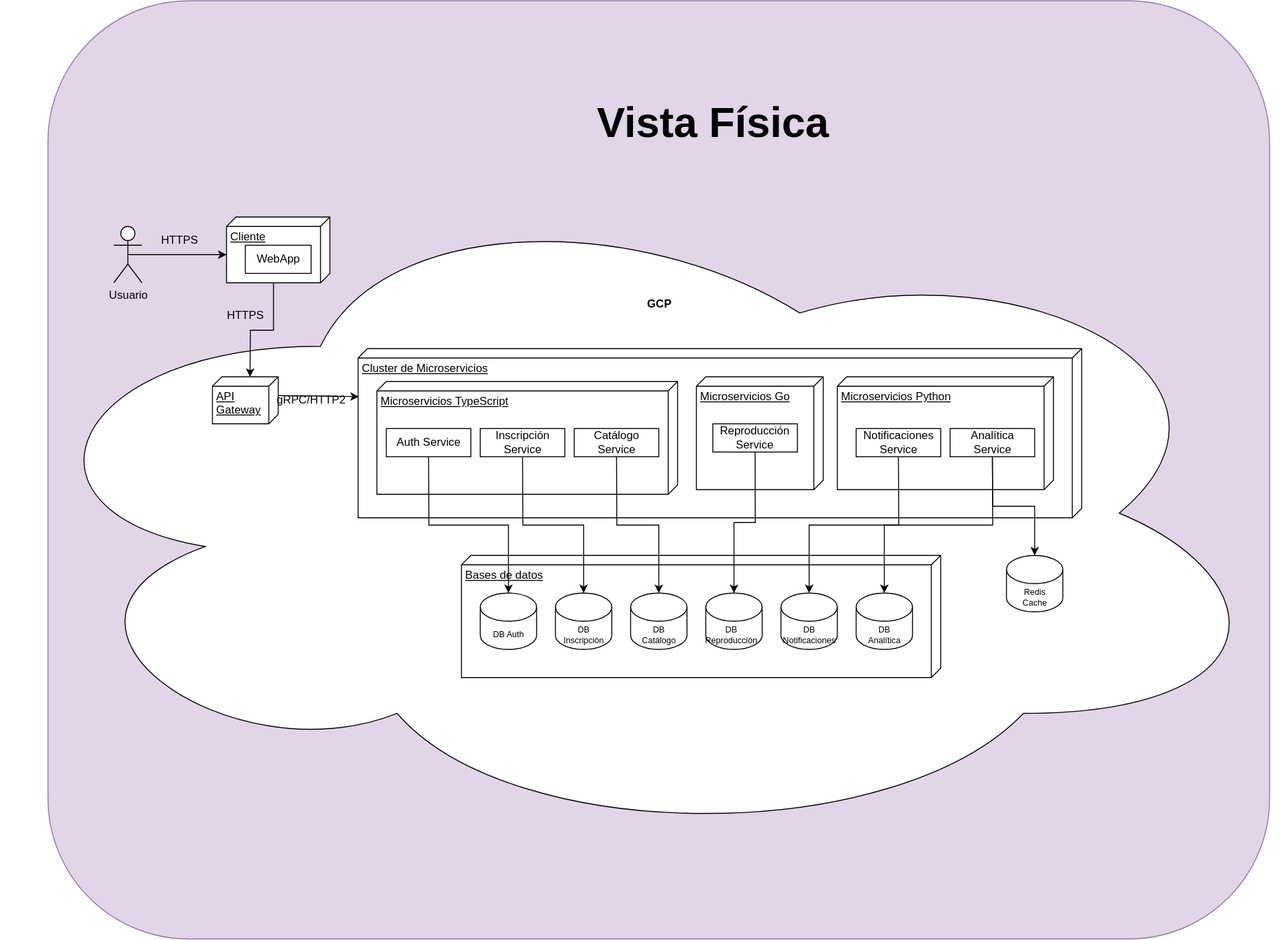
Earlier version of the draw.io export Documentacion/Vistas4+1/VistaComponentes_DiagramaDespliegue_202307691.drawio.svg (thanya-gate/SA_PROYECTO_202307691). Source tidied: cells renumbered, new cells last; positions are measured from the earlier drawing's top-left corner, leaving out a move shared by most shapes. Its diagram source:
```xml
<mxGraphModel>
  <root>
    <mxCell id="0" />
    <mxCell id="1" parent="0" />
    <mxCell id="2" style="rounded=1;whiteSpace=wrap;html=1;fillColor=#e1d5e7;strokeColor=#9673a6;" parent="1" vertex="1">
      <mxGeometry x="50" width="1300" height="998" as="geometry" />
    </mxCell>
    <mxCell id="3" value="Usuario" style="shape=umlActor;verticalLabelPosition=bottom;verticalAlign=top;html=1;" parent="1" vertex="1">
      <mxGeometry x="120" y="240" width="30" height="60" as="geometry" />
    </mxCell>
    <mxCell id="4" value="Cliente" style="verticalAlign=top;align=left;spacingTop=8;spacingLeft=2;spacingRight=12;shape=cube;size=10;direction=south;fontStyle=4;html=1;whiteSpace=wrap;" parent="1" vertex="1">
      <mxGeometry x="240" y="230" width="110" height="70" as="geometry" />
    </mxCell>
    <mxCell id="5" value="WebApp" style="html=1;whiteSpace=wrap;" parent="1" vertex="1">
      <mxGeometry x="260" y="260" width="70" height="30" as="geometry" />
    </mxCell>
    <mxCell id="6" style="edgeStyle=orthogonalEdgeStyle;rounded=0;jettySize=auto;html=1;exitX=0.5;exitY=0.5;exitDx=0;exitDy=0;exitPerimeter=0;entryX=0;entryY=0;entryDx=40;entryDy=110;entryPerimeter=0;" parent="1" edge="1" source="3" target="4">
      <mxGeometry relative="1" as="geometry" />
    </mxCell>
    <mxCell id="7" value="HTTPS" style="text;html=1;whiteSpace=wrap;strokeColor=none;fillColor=none;align=center;verticalAlign=middle;rounded=0;" parent="1" vertex="1">
      <mxGeometry x="160" y="240" width="60" height="30" as="geometry" />
    </mxCell>
    <mxCell id="8" style="ellipse;shape=cloud;whiteSpace=wrap;html=1;" parent="1" vertex="1">
      <mxGeometry y="190" width="1360" height="710" as="geometry" />
    </mxCell>
    <mxCell id="9" style="edgeStyle=orthogonalEdgeStyle;rounded=0;jettySize=auto;html=1;exitX=0;exitY=0;exitDx=20;exitDy=0;exitPerimeter=0;entryX=0.284;entryY=0.999;entryDx=0;entryDy=0;entryPerimeter=0;" parent="1" edge="1" source="10" target="13">
      <mxGeometry relative="1" as="geometry" />
    </mxCell>
    <mxCell id="10" value="API Gateway" style="verticalAlign=top;align=left;spacingTop=8;spacingLeft=2;spacingRight=12;shape=cube;size=10;direction=south;fontStyle=4;html=1;whiteSpace=wrap;" parent="1" vertex="1">
      <mxGeometry x="225" y="400" width="70" height="50" as="geometry" />
    </mxCell>
    <mxCell id="11" style="edgeStyle=orthogonalEdgeStyle;rounded=0;jettySize=auto;html=1;exitX=0;exitY=0;exitDx=70;exitDy=60;exitPerimeter=0;entryX=0;entryY=0;entryDx=0;entryDy=30;entryPerimeter=0;" parent="1" edge="1" source="4" target="10">
      <mxGeometry relative="1" as="geometry" />
    </mxCell>
    <mxCell id="12" value="HTTPS" style="text;html=1;whiteSpace=wrap;strokeColor=none;fillColor=none;align=center;verticalAlign=middle;rounded=0;" parent="1" vertex="1">
      <mxGeometry x="230" y="320" width="60" height="30" as="geometry" />
    </mxCell>
    <mxCell id="13" value="Cluster de Microservicios" style="verticalAlign=top;align=left;spacingTop=8;spacingLeft=2;spacingRight=12;shape=cube;size=10;direction=south;fontStyle=4;html=1;whiteSpace=wrap;" parent="1" vertex="1">
      <mxGeometry x="380" y="370" width="770" height="180" as="geometry" />
    </mxCell>
    <mxCell id="14" value="gRPC/HTTP2" style="text;html=1;whiteSpace=wrap;strokeColor=none;fillColor=none;align=center;verticalAlign=middle;rounded=0;" parent="1" vertex="1">
      <mxGeometry x="300" y="410" width="60" height="30" as="geometry" />
    </mxCell>
    <mxCell id="15" value="Microservicios TypeScript" style="verticalAlign=top;align=left;spacingTop=8;spacingLeft=2;spacingRight=12;shape=cube;size=10;direction=south;fontStyle=4;html=1;whiteSpace=wrap;" parent="1" vertex="1">
      <mxGeometry x="400" y="405" width="320" height="120" as="geometry" />
    </mxCell>
    <mxCell id="16" value="Microservicios Go" style="verticalAlign=top;align=left;spacingTop=8;spacingLeft=2;spacingRight=12;shape=cube;size=10;direction=south;fontStyle=4;html=1;whiteSpace=wrap;" parent="1" vertex="1">
      <mxGeometry x="740" y="400" width="135" height="120" as="geometry" />
    </mxCell>
    <mxCell id="17" value="Microservicios Python" style="verticalAlign=top;align=left;spacingTop=8;spacingLeft=2;spacingRight=12;shape=cube;size=10;direction=south;fontStyle=4;html=1;whiteSpace=wrap;" parent="1" vertex="1">
      <mxGeometry x="890" y="400" width="230" height="120" as="geometry" />
    </mxCell>
    <mxCell id="18" value="Auth Service" style="html=1;whiteSpace=wrap;" parent="1" vertex="1">
      <mxGeometry x="410" y="455" width="90" height="30" as="geometry" />
    </mxCell>
    <mxCell id="19" value="Inscripción Service" style="html=1;whiteSpace=wrap;" parent="1" vertex="1">
      <mxGeometry x="510" y="455" width="90" height="30" as="geometry" />
    </mxCell>
    <mxCell id="20" value="Catálogo Service" style="html=1;whiteSpace=wrap;" parent="1" vertex="1">
      <mxGeometry x="610" y="455" width="90" height="30" as="geometry" />
    </mxCell>
    <mxCell id="21" value="Reproducción Service" style="html=1;whiteSpace=wrap;" parent="1" vertex="1">
      <mxGeometry x="757.5" y="450" width="90" height="30" as="geometry" />
    </mxCell>
    <mxCell id="22" style="edgeStyle=orthogonalEdgeStyle;rounded=0;jettySize=auto;html=1;exitX=0.5;exitY=1;exitDx=0;exitDy=0;" parent="1" edge="1" source="23" target="25">
      <mxGeometry relative="1" as="geometry" />
    </mxCell>
    <mxCell id="23" value="Analítica Service" style="html=1;whiteSpace=wrap;" parent="1" vertex="1">
      <mxGeometry x="1010" y="455" width="90" height="30" as="geometry" />
    </mxCell>
    <mxCell id="24" value="Notificaciones Service" style="html=1;whiteSpace=wrap;" parent="1" vertex="1">
      <mxGeometry x="910" y="455" width="90" height="30" as="geometry" />
    </mxCell>
    <mxCell id="25" style="shape=cylinder3;whiteSpace=wrap;html=1;boundedLbl=1;backgroundOutline=1;size=15;direction=east;" parent="1" vertex="1">
      <mxGeometry x="1070" y="590" width="60" height="60" as="geometry" />
    </mxCell>
    <mxCell id="26" value="Redis Cache" style="text;html=1;whiteSpace=wrap;strokeColor=none;fillColor=none;align=center;verticalAlign=middle;rounded=0;fontSize=9;" parent="1" vertex="1">
      <mxGeometry x="1080" y="620" width="40" height="30" as="geometry" />
    </mxCell>
    <mxCell id="27" value="Bases de datos" style="verticalAlign=top;align=left;spacingTop=8;spacingLeft=2;spacingRight=12;shape=cube;size=10;direction=south;fontStyle=4;html=1;whiteSpace=wrap;" parent="1" vertex="1">
      <mxGeometry x="490" y="590" width="510" height="130" as="geometry" />
    </mxCell>
    <mxCell id="28" style="shape=cylinder3;whiteSpace=wrap;html=1;boundedLbl=1;backgroundOutline=1;size=15;direction=east;" parent="1" vertex="1">
      <mxGeometry x="910" y="630" width="60" height="60" as="geometry" />
    </mxCell>
    <mxCell id="29" style="shape=cylinder3;whiteSpace=wrap;html=1;boundedLbl=1;backgroundOutline=1;size=15;direction=east;" parent="1" vertex="1">
      <mxGeometry x="830" y="630" width="60" height="60" as="geometry" />
    </mxCell>
    <mxCell id="30" style="shape=cylinder3;whiteSpace=wrap;html=1;boundedLbl=1;backgroundOutline=1;size=15;direction=east;" parent="1" vertex="1">
      <mxGeometry x="750" y="630" width="60" height="60" as="geometry" />
    </mxCell>
    <mxCell id="31" style="shape=cylinder3;whiteSpace=wrap;html=1;boundedLbl=1;backgroundOutline=1;size=15;direction=east;" parent="1" vertex="1">
      <mxGeometry x="670" y="630" width="60" height="60" as="geometry" />
    </mxCell>
    <mxCell id="32" style="shape=cylinder3;whiteSpace=wrap;html=1;boundedLbl=1;backgroundOutline=1;size=15;direction=east;" parent="1" vertex="1">
      <mxGeometry x="590" y="630" width="60" height="60" as="geometry" />
    </mxCell>
    <mxCell id="33" style="shape=cylinder3;whiteSpace=wrap;html=1;boundedLbl=1;backgroundOutline=1;size=15;direction=east;" parent="1" vertex="1">
      <mxGeometry x="510" y="630" width="60" height="60" as="geometry" />
    </mxCell>
    <mxCell id="34" style="edgeStyle=orthogonalEdgeStyle;rounded=0;jettySize=auto;html=1;exitX=0.5;exitY=1;exitDx=0;exitDy=0;entryX=0.5;entryY=0;entryDx=0;entryDy=0;entryPerimeter=0;" parent="1" edge="1" source="24" target="29">
      <mxGeometry relative="1" as="geometry" />
    </mxCell>
    <mxCell id="35" style="edgeStyle=orthogonalEdgeStyle;rounded=0;jettySize=auto;html=1;exitX=0.5;exitY=1;exitDx=0;exitDy=0;" parent="1" edge="1" source="20" target="31">
      <mxGeometry relative="1" as="geometry" />
    </mxCell>
    <mxCell id="36" style="edgeStyle=orthogonalEdgeStyle;rounded=0;jettySize=auto;html=1;exitX=0.5;exitY=1;exitDx=0;exitDy=0;" parent="1" edge="1" source="21" target="30">
      <mxGeometry relative="1" as="geometry" />
    </mxCell>
    <mxCell id="37" style="edgeStyle=orthogonalEdgeStyle;rounded=0;jettySize=auto;html=1;exitX=0.5;exitY=1;exitDx=0;exitDy=0;" parent="1" edge="1" source="23" target="28">
      <mxGeometry relative="1" as="geometry" />
    </mxCell>
    <mxCell id="38" style="edgeStyle=orthogonalEdgeStyle;rounded=0;jettySize=auto;html=1;exitX=0.5;exitY=1;exitDx=0;exitDy=0;" parent="1" edge="1" source="19" target="32">
      <mxGeometry relative="1" as="geometry" />
    </mxCell>
    <mxCell id="39" style="edgeStyle=orthogonalEdgeStyle;rounded=0;jettySize=auto;html=1;exitX=0.5;exitY=1;exitDx=0;exitDy=0;" parent="1" edge="1" source="18" target="33">
      <mxGeometry relative="1" as="geometry" />
    </mxCell>
    <mxCell id="40" value="DB Analítica" style="text;html=1;whiteSpace=wrap;strokeColor=none;fillColor=none;align=center;verticalAlign=middle;rounded=0;fontSize=9;" parent="1" vertex="1">
      <mxGeometry x="920" y="660" width="40" height="30" as="geometry" />
    </mxCell>
    <mxCell id="41" value="DB Notificaciones" style="text;html=1;whiteSpace=wrap;strokeColor=none;fillColor=none;align=center;verticalAlign=middle;rounded=0;fontSize=9;" parent="1" vertex="1">
      <mxGeometry x="840" y="660" width="40" height="30" as="geometry" />
    </mxCell>
    <mxCell id="42" value="DB Catálogo" style="text;html=1;whiteSpace=wrap;strokeColor=none;fillColor=none;align=center;verticalAlign=middle;rounded=0;fontSize=9;" parent="1" vertex="1">
      <mxGeometry x="680" y="660" width="40" height="30" as="geometry" />
    </mxCell>
    <mxCell id="43" value="DB Inscripción" style="text;html=1;whiteSpace=wrap;strokeColor=none;fillColor=none;align=center;verticalAlign=middle;rounded=0;fontSize=9;" parent="1" vertex="1">
      <mxGeometry x="600" y="660" width="40" height="30" as="geometry" />
    </mxCell>
    <mxCell id="44" value="DB Reproducción" style="text;html=1;whiteSpace=wrap;strokeColor=none;fillColor=none;align=center;verticalAlign=middle;rounded=0;fontSize=9;" parent="1" vertex="1">
      <mxGeometry x="757.5" y="660" width="40" height="30" as="geometry" />
    </mxCell>
    <mxCell id="45" value="DB Auth" style="text;html=1;whiteSpace=wrap;strokeColor=none;fillColor=none;align=center;verticalAlign=middle;rounded=0;fontSize=9;" parent="1" vertex="1">
      <mxGeometry x="520" y="660" width="40" height="30" as="geometry" />
    </mxCell>
    <mxCell id="46" value="GCP" style="text;align=center;fontStyle=1;verticalAlign=middle;spacingLeft=3;spacingRight=3;strokeColor=none;html=1;" parent="1" vertex="1">
      <mxGeometry x="660" y="310" width="80" height="26" as="geometry" />
    </mxCell>
    <mxCell id="47" value="Vista Física" style="text;align=center;fontStyle=1;verticalAlign=middle;spacingLeft=3;spacingRight=3;strokeColor=none;html=1;fontSize=45;" parent="1" vertex="1">
      <mxGeometry x="717.5" y="117" width="80" height="26" as="geometry" />
    </mxCell>
  </root>
</mxGraphModel>
```
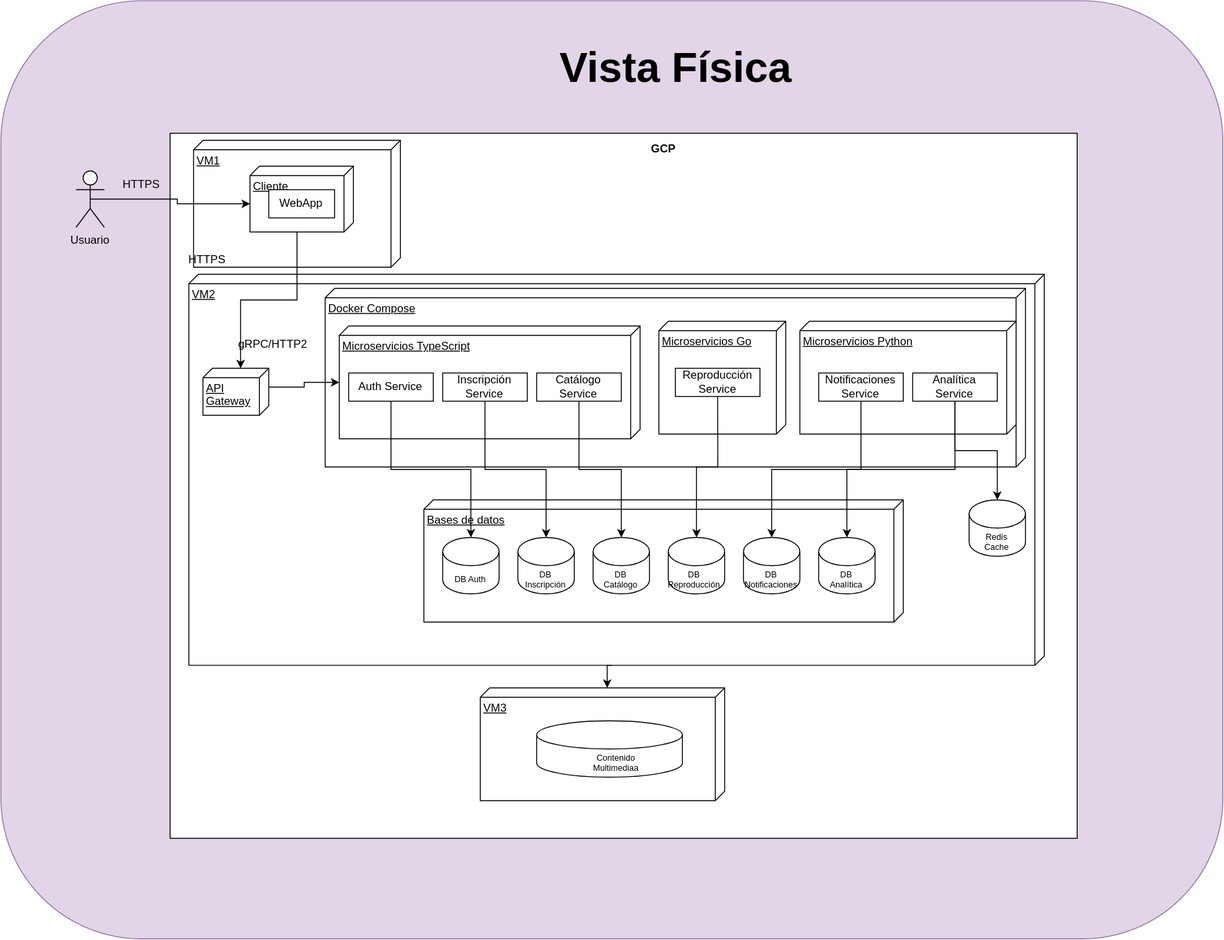
The same file after the commit.

Diff of the diagram source:
```diff
@@ -3,16 +3,28 @@
     <mxCell id="0" />
     <mxCell id="1" parent="0" />
     <mxCell id="2" style="rounded=1;whiteSpace=wrap;html=1;fillColor=#e1d5e7;strokeColor=#9673a6;" parent="1" vertex="1">
-      <mxGeometry x="50" width="1300" height="998" as="geometry" />
+      <mxGeometry x="40" y="59" width="1300" height="998" as="geometry" />
     </mxCell>
+    <mxCell id="48" style="rounded=0;whiteSpace=wrap;html=1;" parent="1" vertex="1">
+      <mxGeometry x="220" y="200" width="965" height="750" as="geometry" />
+    </mxCell>
+    <mxCell id="13" value="VM2" style="verticalAlign=top;align=left;spacingTop=8;spacingLeft=2;spacingRight=12;shape=cube;size=10;direction=south;fontStyle=4;html=1;whiteSpace=wrap;" parent="1" vertex="1">
+      <mxGeometry x="240" y="350" width="910" height="416" as="geometry" />
+    </mxCell>
+    <mxCell id="49" value="Docker Compose" style="verticalAlign=top;align=left;spacingTop=8;spacingLeft=2;spacingRight=12;shape=cube;size=10;direction=south;fontStyle=4;html=1;whiteSpace=wrap;" parent="1" vertex="1">
+      <mxGeometry x="385" y="365" width="745" height="190" as="geometry" />
+    </mxCell>
+    <mxCell id="50" value="VM1" style="verticalAlign=top;align=left;spacingTop=8;spacingLeft=2;spacingRight=12;shape=cube;size=10;direction=south;fontStyle=4;html=1;whiteSpace=wrap;" parent="1" vertex="1">
+      <mxGeometry x="245" y="207.5" width="220" height="135" as="geometry" />
+    </mxCell>
     <mxCell id="3" value="Usuario" style="shape=umlActor;verticalLabelPosition=bottom;verticalAlign=top;html=1;" parent="1" vertex="1">
       <mxGeometry x="120" y="240" width="30" height="60" as="geometry" />
     </mxCell>
     <mxCell id="4" value="Cliente" style="verticalAlign=top;align=left;spacingTop=8;spacingLeft=2;spacingRight=12;shape=cube;size=10;direction=south;fontStyle=4;html=1;whiteSpace=wrap;" parent="1" vertex="1">
-      <mxGeometry x="240" y="230" width="110" height="70" as="geometry" />
+      <mxGeometry x="305" y="235" width="110" height="70" as="geometry" />
     </mxCell>
     <mxCell id="5" value="WebApp" style="html=1;whiteSpace=wrap;" parent="1" vertex="1">
-      <mxGeometry x="260" y="260" width="70" height="30" as="geometry" />
+      <mxGeometry x="325" y="260" width="70" height="30" as="geometry" />
     </mxCell>
     <mxCell id="6" style="edgeStyle=orthogonalEdgeStyle;rounded=0;jettySize=auto;html=1;exitX=0.5;exitY=0.5;exitDx=0;exitDy=0;exitPerimeter=0;entryX=0;entryY=0;entryDx=40;entryDy=110;entryPerimeter=0;" parent="1" edge="1" source="3" target="4">
       <mxGeometry relative="1" as="geometry" />
@@ -20,14 +32,11 @@
     <mxCell id="7" value="HTTPS" style="text;html=1;whiteSpace=wrap;strokeColor=none;fillColor=none;align=center;verticalAlign=middle;rounded=0;" parent="1" vertex="1">
       <mxGeometry x="160" y="240" width="60" height="30" as="geometry" />
     </mxCell>
-    <mxCell id="8" style="ellipse;shape=cloud;whiteSpace=wrap;html=1;" parent="1" vertex="1">
-      <mxGeometry y="190" width="1360" height="710" as="geometry" />
-    </mxCell>
-    <mxCell id="9" style="edgeStyle=orthogonalEdgeStyle;rounded=0;jettySize=auto;html=1;exitX=0;exitY=0;exitDx=20;exitDy=0;exitPerimeter=0;entryX=0.284;entryY=0.999;entryDx=0;entryDy=0;entryPerimeter=0;" parent="1" edge="1" source="10" target="13">
+    <mxCell id="9" style="edgeStyle=orthogonalEdgeStyle;rounded=0;jettySize=auto;html=1;exitX=0;exitY=0;exitDx=20;exitDy=0;exitPerimeter=0;" parent="1" edge="1" source="10" target="15">
       <mxGeometry relative="1" as="geometry" />
     </mxCell>
     <mxCell id="10" value="API Gateway" style="verticalAlign=top;align=left;spacingTop=8;spacingLeft=2;spacingRight=12;shape=cube;size=10;direction=south;fontStyle=4;html=1;whiteSpace=wrap;" parent="1" vertex="1">
-      <mxGeometry x="225" y="400" width="70" height="50" as="geometry" />
+      <mxGeometry x="255" y="450" width="70" height="50" as="geometry" />
     </mxCell>
     <mxCell id="11" style="edgeStyle=orthogonalEdgeStyle;rounded=0;jettySize=auto;html=1;exitX=0;exitY=0;exitDx=70;exitDy=60;exitPerimeter=0;entryX=0;entryY=0;entryDx=0;entryDy=30;entryPerimeter=0;" parent="1" edge="1" source="4" target="10">
       <mxGeometry relative="1" as="geometry" />
@@ -35,9 +44,6 @@
     <mxCell id="12" value="HTTPS" style="text;html=1;whiteSpace=wrap;strokeColor=none;fillColor=none;align=center;verticalAlign=middle;rounded=0;" parent="1" vertex="1">
       <mxGeometry x="230" y="320" width="60" height="30" as="geometry" />
     </mxCell>
-    <mxCell id="13" value="Cluster de Microservicios" style="verticalAlign=top;align=left;spacingTop=8;spacingLeft=2;spacingRight=12;shape=cube;size=10;direction=south;fontStyle=4;html=1;whiteSpace=wrap;" parent="1" vertex="1">
-      <mxGeometry x="380" y="370" width="770" height="180" as="geometry" />
-    </mxCell>
     <mxCell id="14" value="gRPC/HTTP2" style="text;html=1;whiteSpace=wrap;strokeColor=none;fillColor=none;align=center;verticalAlign=middle;rounded=0;" parent="1" vertex="1">
       <mxGeometry x="300" y="410" width="60" height="30" as="geometry" />
     </mxCell>
@@ -135,10 +141,22 @@
       <mxGeometry x="520" y="660" width="40" height="30" as="geometry" />
     </mxCell>
     <mxCell id="46" value="GCP" style="text;align=center;fontStyle=1;verticalAlign=middle;spacingLeft=3;spacingRight=3;strokeColor=none;html=1;" parent="1" vertex="1">
-      <mxGeometry x="660" y="310" width="80" height="26" as="geometry" />
+      <mxGeometry x="705" y="204" width="80" height="26" as="geometry" />
     </mxCell>
     <mxCell id="47" value="Vista Física" style="text;align=center;fontStyle=1;verticalAlign=middle;spacingLeft=3;spacingRight=3;strokeColor=none;html=1;fontSize=45;" parent="1" vertex="1">
       <mxGeometry x="717.5" y="117" width="80" height="26" as="geometry" />
     </mxCell>
+    <mxCell id="51" value="VM3" style="verticalAlign=top;align=left;spacingTop=8;spacingLeft=2;spacingRight=12;shape=cube;size=10;direction=south;fontStyle=4;html=1;whiteSpace=wrap;" parent="1" vertex="1">
+      <mxGeometry x="550" y="790" width="260" height="120" as="geometry" />
+    </mxCell>
+    <mxCell id="52" style="edgeStyle=orthogonalEdgeStyle;rounded=0;jettySize=auto;html=1;exitX=0;exitY=0;exitDx=416;exitDy=460;exitPerimeter=0;entryX=0;entryY=0;entryDx=0;entryDy=125;entryPerimeter=0;" parent="1" edge="1" source="13" target="51">
+      <mxGeometry relative="1" as="geometry" />
+    </mxCell>
+    <mxCell id="53" style="shape=cylinder3;whiteSpace=wrap;html=1;boundedLbl=1;backgroundOutline=1;size=15;direction=east;" parent="1" vertex="1">
+      <mxGeometry x="610" y="825" width="155" height="60" as="geometry" />
+    </mxCell>
+    <mxCell id="54" value="Contenido Multimediaa" style="text;html=1;whiteSpace=wrap;strokeColor=none;fillColor=none;align=center;verticalAlign=middle;rounded=0;fontSize=9;" parent="1" vertex="1">
+      <mxGeometry x="675" y="855" width="40" height="30" as="geometry" />
+    </mxCell>
   </root>
 </mxGraphModel>
```
